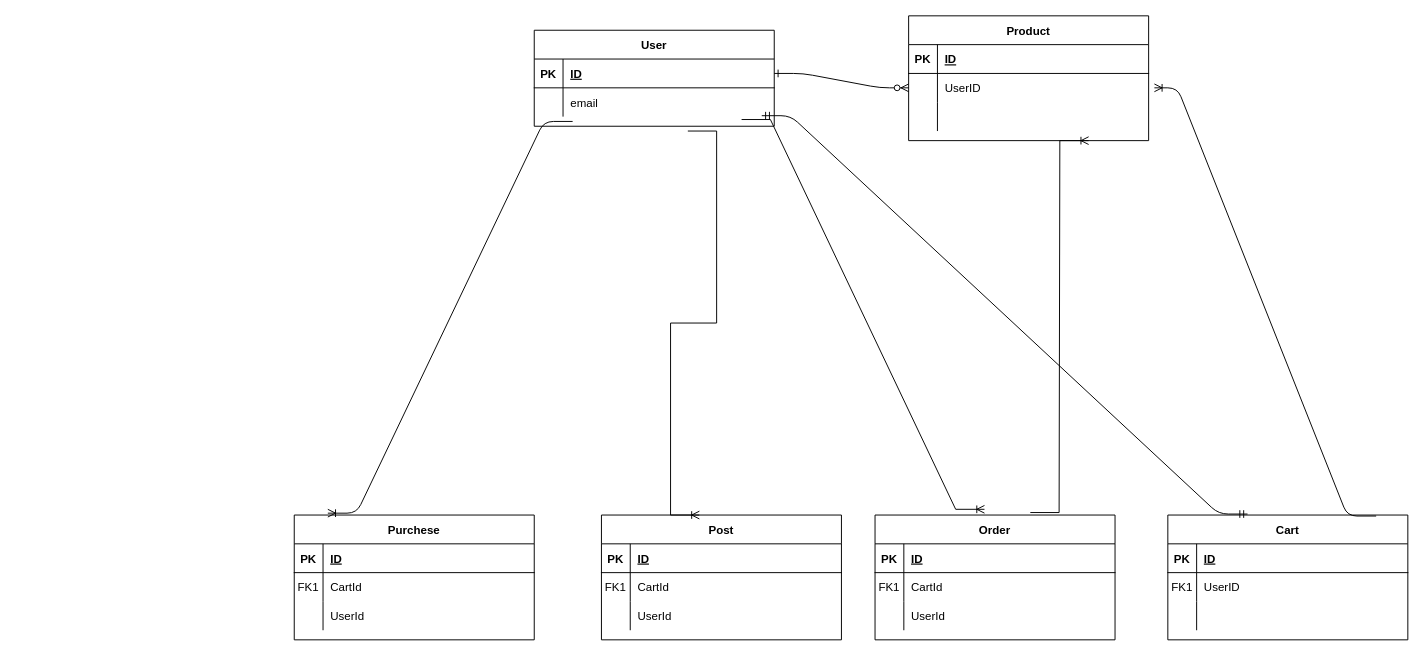
This is doc/Relation.drawio from ErfanAbedinpour/onlineShop, a draw.io file, before an edit. Source tidied: cells renumbered, new cells numbered last; positions are measured from the earlier drawing's top-left corner, leaving out a move shared by most shapes. Both pictures are drawn from the tidied source at 96%, with x=0, y=0 at pixel (294, 15).
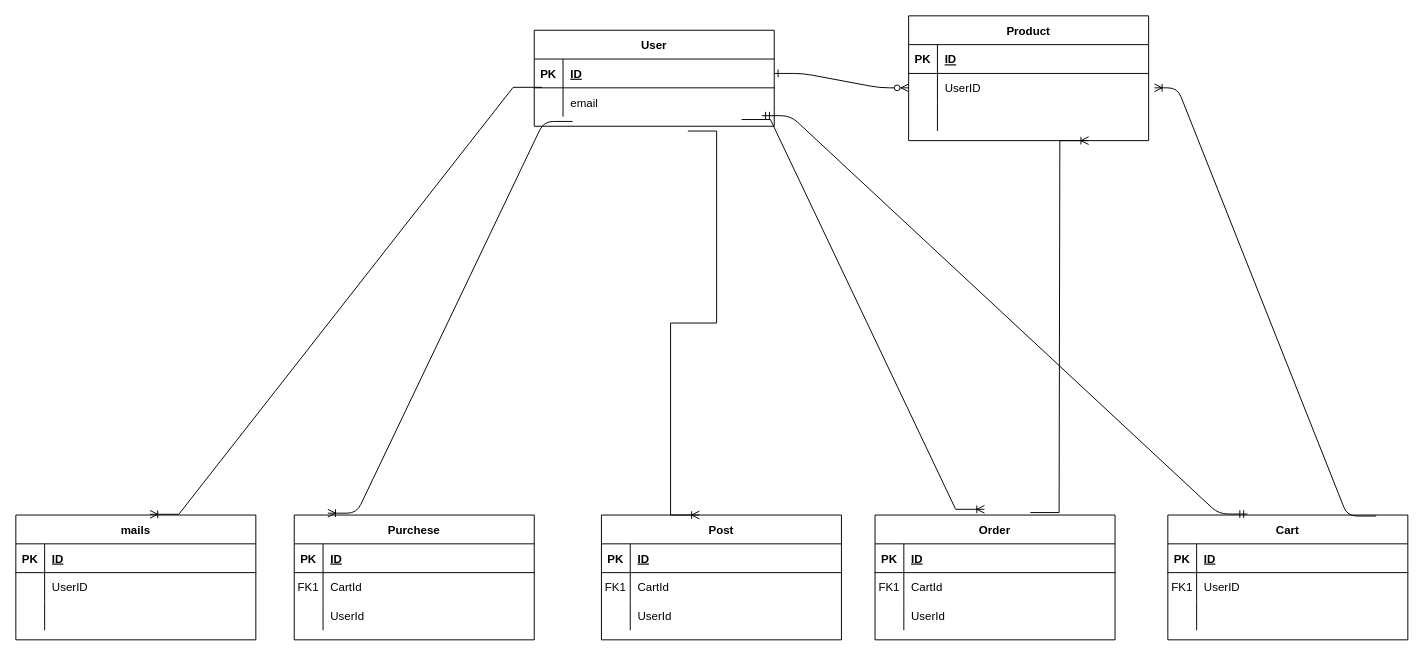
After the change.

Unchanged cells that the change refers to:
```xml
<mxCell id="27" style="shape=partialRectangle;fillColor=none;points=[[0,0.5],[1,0.5]];portConstraint=eastwest;top=0;left=0;right=0;bottom=0;" parent="23" vertex="1">
  <mxGeometry y="60" width="250" height="30" as="geometry" />
</mxCell>
```

Diff of the diagram source:
```diff
@@
+    <mxCell id="66" value="mails" style="shape=table;startSize=30;childLayout=tableLayout;rowLines=0;fontStyle=1;align=center;" parent="1" vertex="1">
+      <mxGeometry x="-290" y="520" width="250" height="130" as="geometry" />
+    </mxCell>
+    <mxCell id="67" style="shape=partialRectangle;fillColor=none;top=0;left=0;right=0;bottom=1;" parent="66" vertex="1">
+      <mxGeometry y="30" width="250" height="30" as="geometry" />
+    </mxCell>
+    <mxCell id="68" value="PK" style="shape=partialRectangle;overflow=hidden;fillColor=none;top=0;left=0;bottom=0;right=0;fontStyle=1;" parent="67" vertex="1">
+      <mxGeometry width="30" height="30" as="geometry" />
+    </mxCell>
+    <mxCell id="69" value="ID" style="shape=partialRectangle;overflow=hidden;fillColor=none;top=0;left=0;bottom=0;right=0;align=left;spacingLeft=6;fontStyle=5;" parent="67" vertex="1">
+      <mxGeometry x="30" width="220" height="30" as="geometry" />
+    </mxCell>
+    <mxCell id="70" style="shape=partialRectangle;fillColor=none;top=0;left=0;right=0;bottom=0;" parent="66" vertex="1">
+      <mxGeometry y="60" width="250" height="30" as="geometry" />
+    </mxCell>
+    <mxCell id="71" style="shape=partialRectangle;overflow=hidden;fillColor=none;top=0;left=0;bottom=0;right=0;" parent="70" vertex="1">
+      <mxGeometry width="30" height="30" as="geometry" />
+    </mxCell>
+    <mxCell id="72" value="UserID" style="shape=partialRectangle;overflow=hidden;fillColor=none;top=0;left=0;bottom=0;right=0;align=left;spacingLeft=6;" parent="70" vertex="1">
+      <mxGeometry x="30" width="220" height="30" as="geometry" />
+    </mxCell>
+    <mxCell id="73" style="shape=partialRectangle;fillColor=none;top=0;left=0;right=0;bottom=0;" parent="66" vertex="1">
+      <mxGeometry y="90" width="250" height="30" as="geometry" />
+    </mxCell>
+    <mxCell id="74" style="shape=partialRectangle;overflow=hidden;fillColor=none;top=0;left=0;bottom=0;right=0;" parent="73" vertex="1">
+      <mxGeometry width="30" height="30" as="geometry" />
+    </mxCell>
+    <mxCell id="75" style="shape=partialRectangle;overflow=hidden;fillColor=none;top=0;left=0;bottom=0;right=0;align=left;spacingLeft=6;" parent="73" vertex="1">
+      <mxGeometry x="30" width="220" height="30" as="geometry" />
+    </mxCell>
+    <mxCell id="76" style="edgeStyle=entityRelationEdgeStyle;fontSize=12;html=1;endArrow=ERoneToMany;rounded=0;entryX=0.559;entryY=-0.006;entryDx=0;entryDy=0;entryPerimeter=0;exitX=0.032;exitY=-0.018;exitDx=0;exitDy=0;exitPerimeter=0;" parent="1" edge="1" source="27" target="66">
+      <mxGeometry relative="1" as="geometry" />
+    </mxCell>
```
